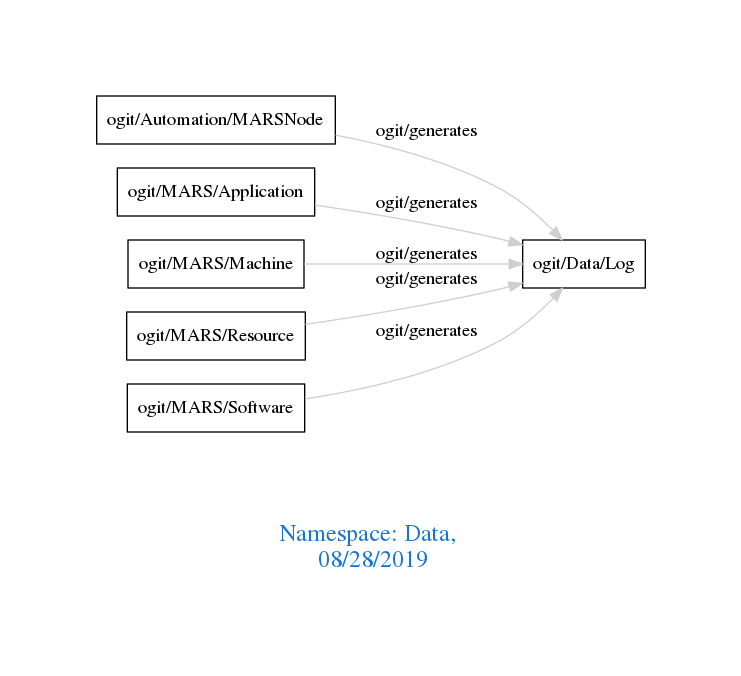
The Graphviz diagram downloads/Data.png in arago/OGIT, before a commit. Its source is kept beside it as downloads/Data.dot.
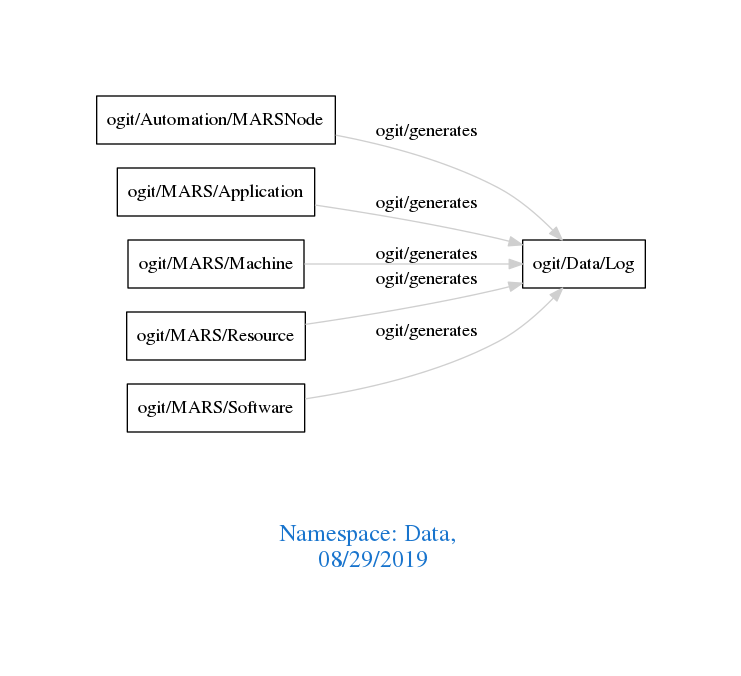
Later version of the same file.

The edit, as a diff of the source:
```diff
@@ -1,7 +1,7 @@
 digraph OGIT_ontology {
  graph [ rankdir= LR,pad=1
 fontsize = 18,
-fontcolor= dodgerblue3,label = "\n\n\nNamespace: Data, \n 08/28/2019"];
+fontcolor= dodgerblue3,label = "\n\n\nNamespace: Data, \n 08/29/2019"];
 node[shape=polygon];
 edge [  color="gray81"];
 
```
